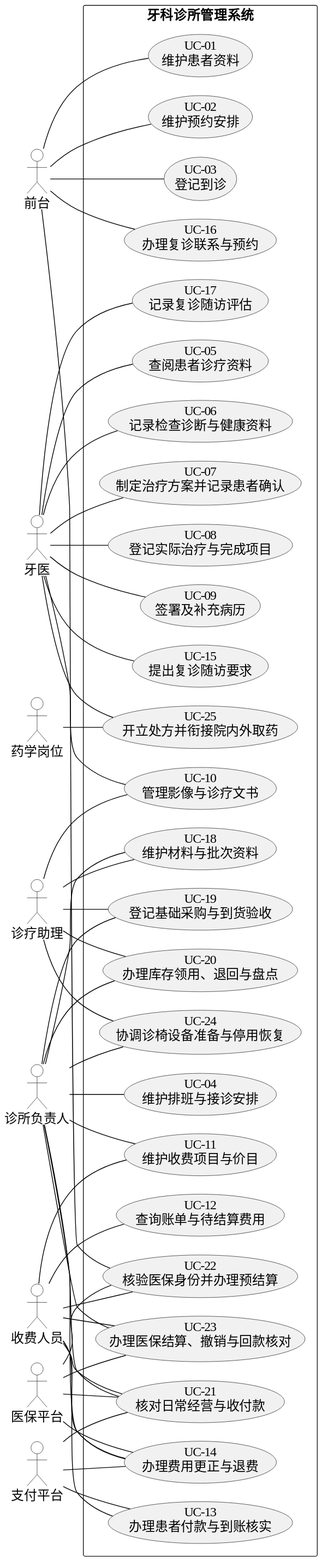
Earlier version of the PlantUML export 01-需求文档/diagrams/integrated-20261019/system-overall.svg (Shawmc-creator/systemAnalyseAndDesign). Its source is kept beside it as 01-需求文档/diagrams/integrated-20261019/system-overall.puml.
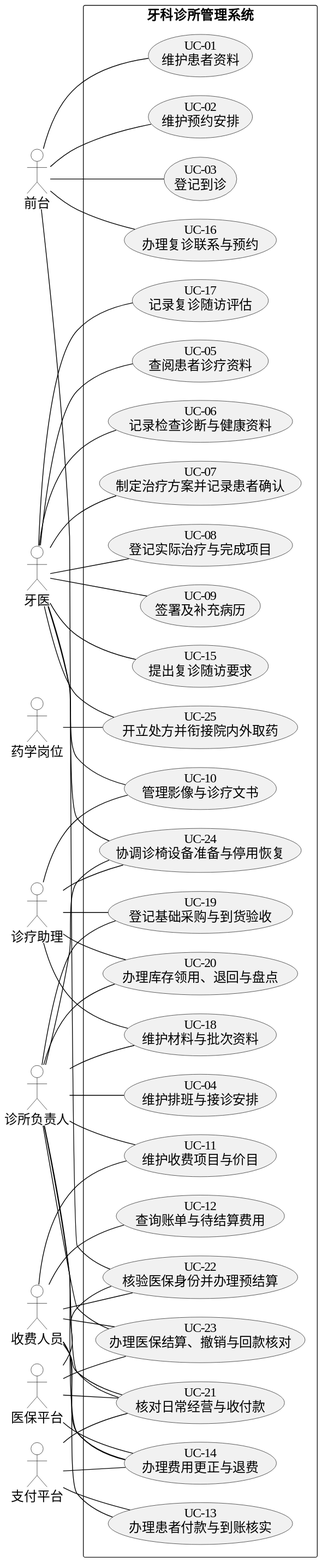
Above is the later version.

Change to the diagram source:
```diff
@@ -63,6 +63,7 @@
 A1 -- U10
 A1 -- U15
 A1 -- U17
+A1 -- U24
 A1 -- U25
 A2 -- U10
 A2 -- U18
```
